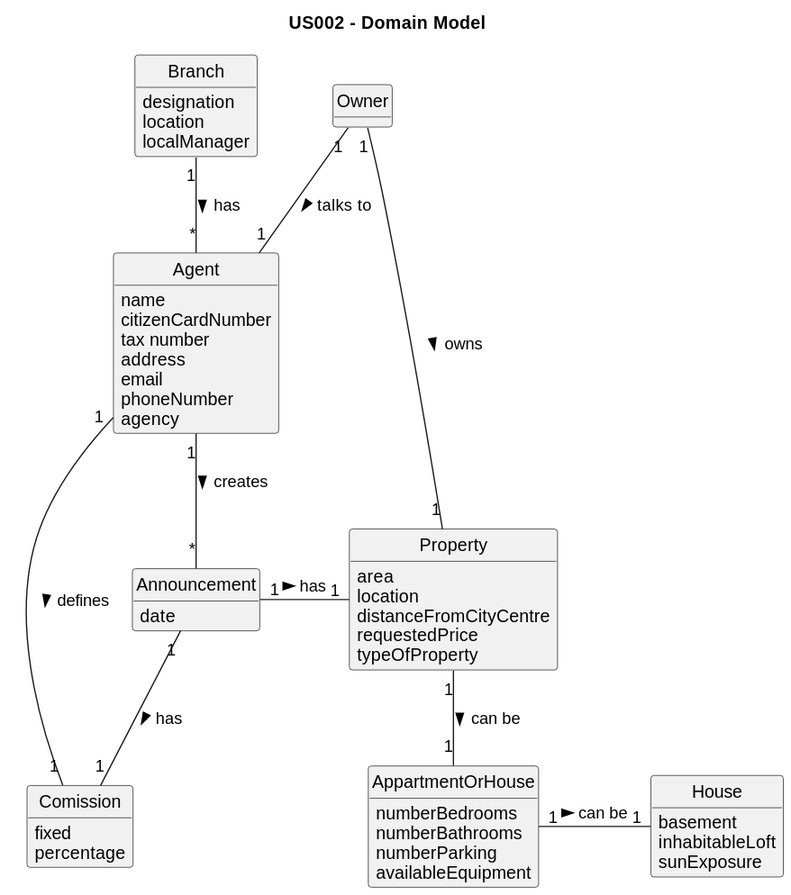
Above: docs/sprintD/us002/02.analysis/svg/us002-domain-model.svg in 1220812/LAPR2 (PlantUML), before the change.
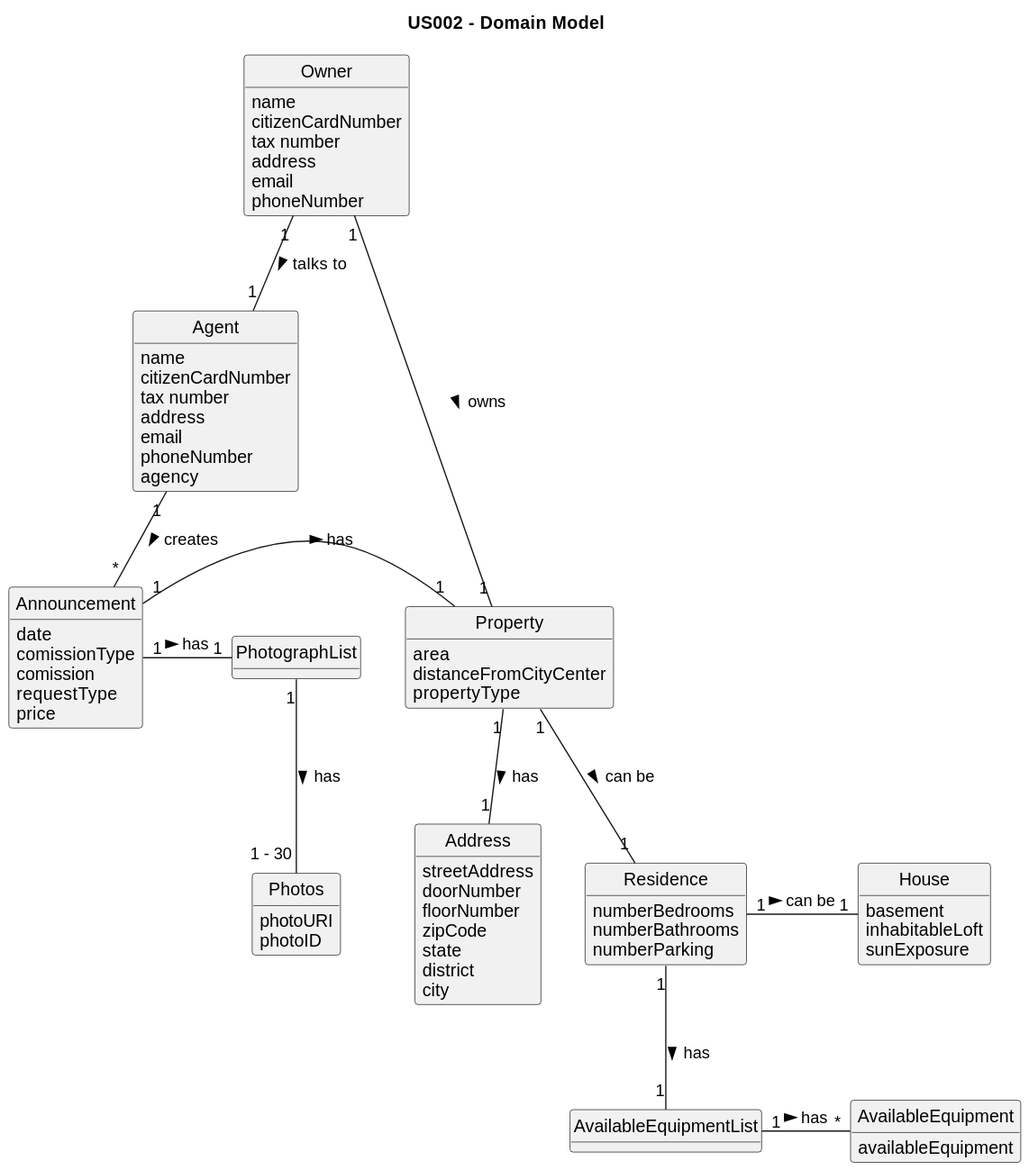
Above is the later version.

Change to the diagram source:
```diff
@@ -9,12 +9,6 @@
 hide methods
 
 title US002 - Domain Model
-
-class Branch {
-    designation
-    location
-    localManager
-}
 
 class Agent {
     name
@@ -28,20 +22,36 @@
 
 class Property {
     area
-    location
-    distanceFromCityCentre
-    requestedPrice
-    typeOfProperty
+    distanceFromCityCenter
+    propertyType
+}
+
+class PhotographList {
+}
+
+class Photos {
+    photoURI
+    photoID
 }
 
 class Announcement {
     date
+    comissionType
+    comission
+    requestType
+    price
 }
 
-class AppartmentOrHouse {
+class Residence {
     numberBedrooms
     numberBathrooms
     numberParking
+}
+
+class AvailableEquipmentList {
+}
+
+class AvailableEquipment {
     availableEquipment
 }
 
@@ -51,18 +61,34 @@
     sunExposure
 }
 
-class Comission {
-    fixed
-    percentage
+class Address {
+    streetAddress
+    doorNumber
+    floorNumber
+    zipCode
+    state
+    district
+    city
 }
 
-Branch "1" -- "*" Agent : has >
+class Owner {
+    name
+    citizenCardNumber
+    tax number
+    address
+    email
+    phoneNumber
+}
+
 Agent "1" -- "*" Announcement : creates >
 Owner "1" -- "1" Property : owns >
 Announcement "1" - "1" Property : has >
-Property "1" -- "1" AppartmentOrHouse : can be >
-AppartmentOrHouse "1" - "1" House : can be >
-Announcement "1" -- "1" Comission : has >
-Agent "1" - "1" Comission : defines >
+Property "1" -- "1" Residence : can be >
+Residence "1" - "1" House : can be >
 Owner "1" -- "1" Agent: talks to >
+Property "1" -- "1" Address: has >
+Announcement "1" - "1" PhotographList: has >
+PhotographList "1" -- "1 - 30" Photos: has >
+Residence "1" -- "1" AvailableEquipmentList: has >
+AvailableEquipmentList "1" - "*" AvailableEquipment: has >
 @enduml
```
